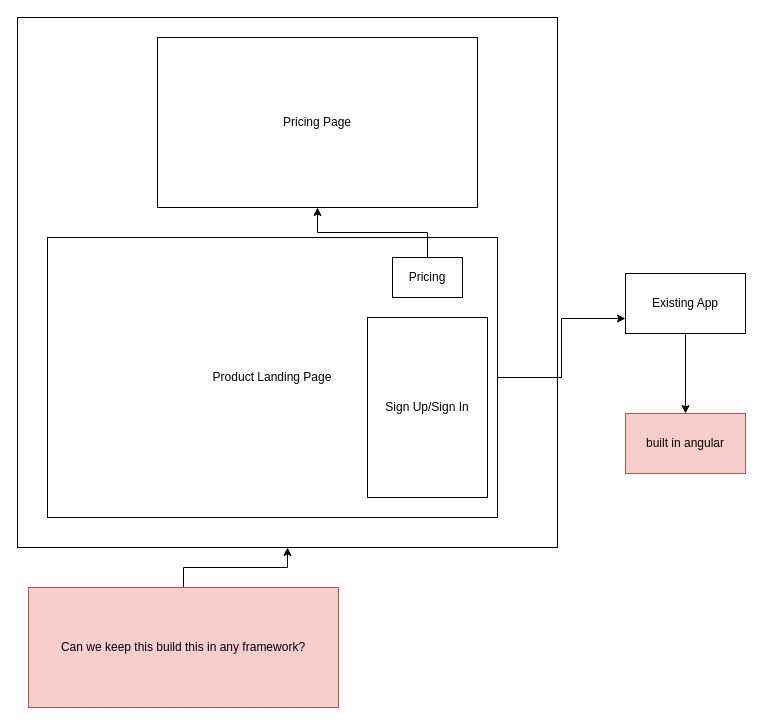
Above: Untitled Diagram.drawio in saiparisheth/go-simplecrud-formovies (draw.io), before the change. Source tidied: cells renumbered, new cells numbered last; positions are measured from the earlier drawing's top-left corner, leaving out a move shared by most shapes. Both pictures are drawn from the tidied source at 100%, with x=0, y=0 at pixel (17, 17).
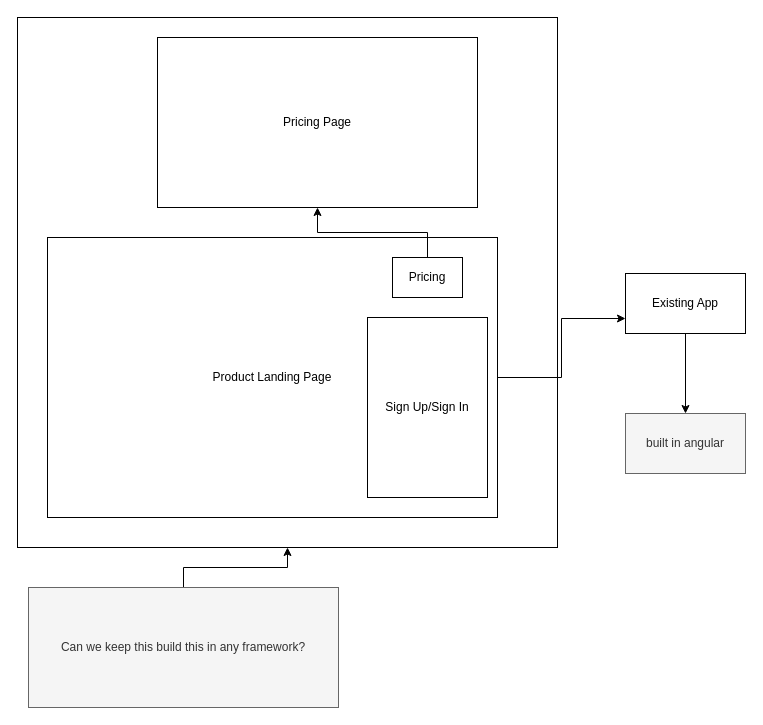
The same diagram, later.

The edit, as a diff of the source:
```diff
@@
 <mxGraphModel>
   <root>
     <mxCell id="0" />
     <mxCell id="1" parent="0" />
     <mxCell id="2" style="rounded=0;whiteSpace=wrap;html=1;" parent="1" vertex="1">
       <mxGeometry width="540" height="530" as="geometry" />
     </mxCell>
     <mxCell id="3" style="edgeStyle=orthogonalEdgeStyle;rounded=0;jettySize=auto;html=1;" parent="1" edge="1" source="4" target="13">
       <mxGeometry relative="1" as="geometry" />
     </mxCell>
     <mxCell id="4" value="Existing App" style="rounded=0;whiteSpace=wrap;html=1;" parent="1" vertex="1">
       <mxGeometry x="608" y="256" width="120" height="60" as="geometry" />
     </mxCell>
     <mxCell id="5" style="edgeStyle=orthogonalEdgeStyle;rounded=0;jettySize=auto;html=1;entryX=0;entryY=0.75;entryDx=0;entryDy=0;" parent="1" edge="1" source="6" target="4">
       <mxGeometry relative="1" as="geometry" />
     </mxCell>
     <mxCell id="6" value="Product Landing Page" style="rounded=0;whiteSpace=wrap;html=1;" parent="1" vertex="1">
       <mxGeometry x="30" y="220" width="450" height="280" as="geometry" />
     </mxCell>
     <mxCell id="7" value="Sign Up/Sign In" style="rounded=0;whiteSpace=wrap;html=1;" parent="1" vertex="1">
       <mxGeometry x="350" y="300" width="120" height="180" as="geometry" />
     </mxCell>
     <mxCell id="8" style="edgeStyle=orthogonalEdgeStyle;rounded=0;jettySize=auto;html=1;" parent="1" edge="1" source="9" target="10">
       <mxGeometry relative="1" as="geometry" />
     </mxCell>
     <mxCell id="9" value="Pricing" style="rounded=0;whiteSpace=wrap;html=1;" parent="1" vertex="1">
       <mxGeometry x="375" y="240" width="70" height="40" as="geometry" />
     </mxCell>
     <mxCell id="10" value="Pricing Page" style="rounded=0;whiteSpace=wrap;html=1;" parent="1" vertex="1">
       <mxGeometry x="140" y="20" width="320" height="170" as="geometry" />
     </mxCell>
     <mxCell id="11" style="edgeStyle=orthogonalEdgeStyle;rounded=0;jettySize=auto;html=1;" parent="1" edge="1" source="12" target="2">
       <mxGeometry relative="1" as="geometry" />
     </mxCell>
-    <mxCell id="12" value="Can we keep this build this in any framework?" style="text;html=1;strokeColor=#b85450;fillColor=#f8cecc;align=center;verticalAlign=middle;whiteSpace=wrap;rounded=0;" parent="1" vertex="1">
+    <mxCell id="12" value="Can we keep this build this in any framework?" style="text;html=1;strokeColor=#666666;fillColor=#f5f5f5;align=center;verticalAlign=middle;whiteSpace=wrap;rounded=0;fontColor=#333333;" parent="1" vertex="1">
       <mxGeometry x="11" y="570" width="310" height="120" as="geometry" />
     </mxCell>
-    <mxCell id="13" value="built in angular" style="rounded=0;whiteSpace=wrap;html=1;fillColor=#f8cecc;strokeColor=#b85450;" parent="1" vertex="1">
+    <mxCell id="13" value="built in angular" style="rounded=0;whiteSpace=wrap;html=1;fillColor=#f5f5f5;strokeColor=#666666;fontColor=#333333;" parent="1" vertex="1">
       <mxGeometry x="608" y="396" width="120" height="60" as="geometry" />
     </mxCell>
   </root>
 </mxGraphModel>
```
